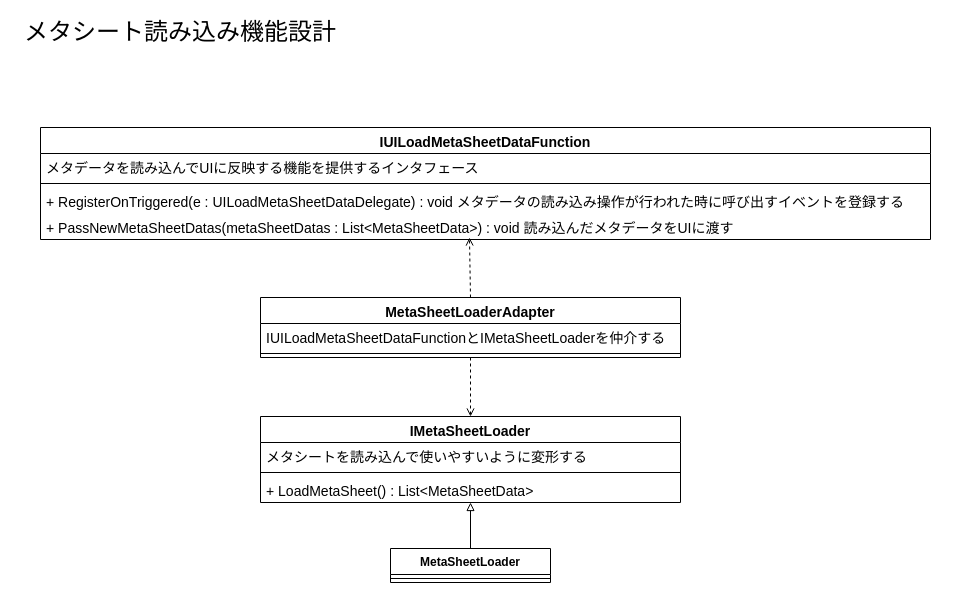
Before: Designs/メタシート読み込み機能設計.drawio in Dumble009/GoogleDriveDownloader, a draw.io diagram. Source tidied: cells renumbered, new cells numbered last; positions are measured from the earlier drawing's top-left corner, leaving out a move shared by most shapes. Both pictures are drawn from the tidied source at 100%, with x=0, y=0 at pixel (20, 17).
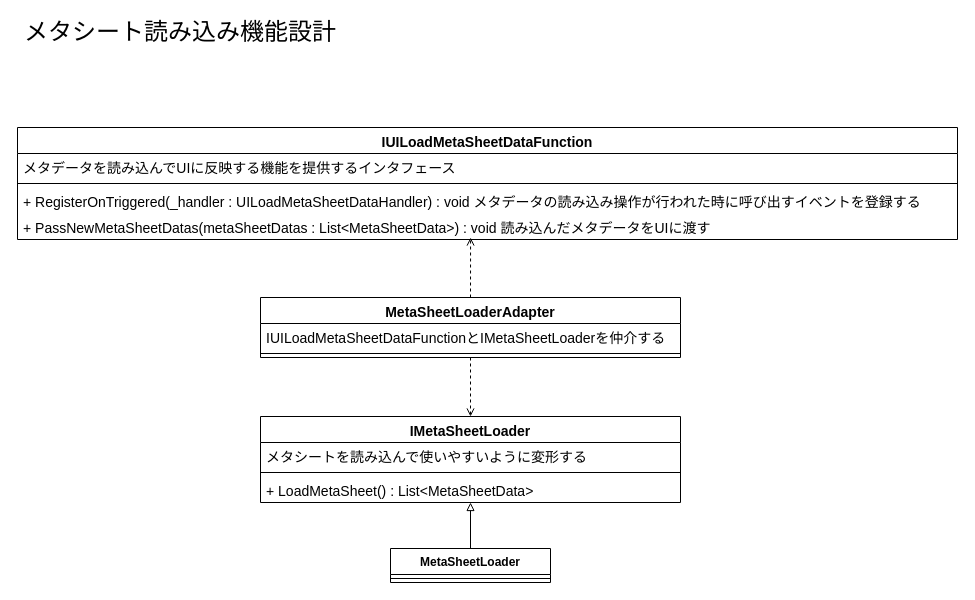
Above is the later version.

What changed in the source:
```diff
@@
     <mxCell id="8" value="IUILoadMetaSheetDataFunction" style="swimlane;fontStyle=1;align=center;verticalAlign=top;horizontal=1;startSize=26;fontSize=14;" parent="1" vertex="1">
-      <mxGeometry x="20" y="110" width="890" height="112" as="geometry" />
+      <mxGeometry x="-3" y="110" width="940" height="112" as="geometry" />
     </mxCell>
     <mxCell id="9" value="メタデータを読み込んでUIに反映する機能を提供するインタフェース" style="text;strokeColor=none;fillColor=none;align=left;verticalAlign=top;spacingLeft=4;spacingRight=4;overflow=hidden;fontSize=14;" parent="8" vertex="1">
-      <mxGeometry y="26" width="890" height="26" as="geometry" />
+      <mxGeometry y="26" width="940" height="26" as="geometry" />
     </mxCell>
     <mxCell id="10" style="line;strokeWidth=1;fillColor=none;align=left;verticalAlign=middle;spacingTop=-1;spacingLeft=3;spacingRight=3;labelPosition=right;fontSize=24;" parent="8" vertex="1">
-      <mxGeometry y="52" width="890" height="8" as="geometry" />
+      <mxGeometry y="52" width="940" height="8" as="geometry" />
     </mxCell>
-    <mxCell id="11" value="+ RegisterOnTriggered(e : UILoadMetaSheetDataDelegate) : void メタデータの読み込み操作が行われた時に呼び出すイベントを登録する" style="text;strokeColor=none;fillColor=none;align=left;verticalAlign=top;spacingLeft=4;spacingRight=4;overflow=hidden;fontSize=14;" parent="8" vertex="1">
-      <mxGeometry y="60" width="890" height="26" as="geometry" />
+    <mxCell id="11" value="+ RegisterOnTriggered(_handler : UILoadMetaSheetDataHandler) : void メタデータの読み込み操作が行われた時に呼び出すイベントを登録する" style="text;strokeColor=none;fillColor=none;align=left;verticalAlign=top;spacingLeft=4;spacingRight=4;overflow=hidden;fontSize=14;" parent="8" vertex="1">
+      <mxGeometry y="60" width="940" height="26" as="geometry" />
     </mxCell>
     <mxCell id="12" value="+ PassNewMetaSheetDatas(metaSheetDatas : List&lt;MetaSheetData&gt;) : void 読み込んだメタデータをUIに渡す" style="text;strokeColor=none;fillColor=none;align=left;verticalAlign=top;spacingLeft=4;spacingRight=4;overflow=hidden;points=[[0,0.5],[1,0.5]];portConstraint=eastwest;fontSize=14;" parent="8" vertex="1">
-      <mxGeometry y="86" width="890" height="26" as="geometry" />
+      <mxGeometry y="86" width="940" height="26" as="geometry" />
     </mxCell>
```
